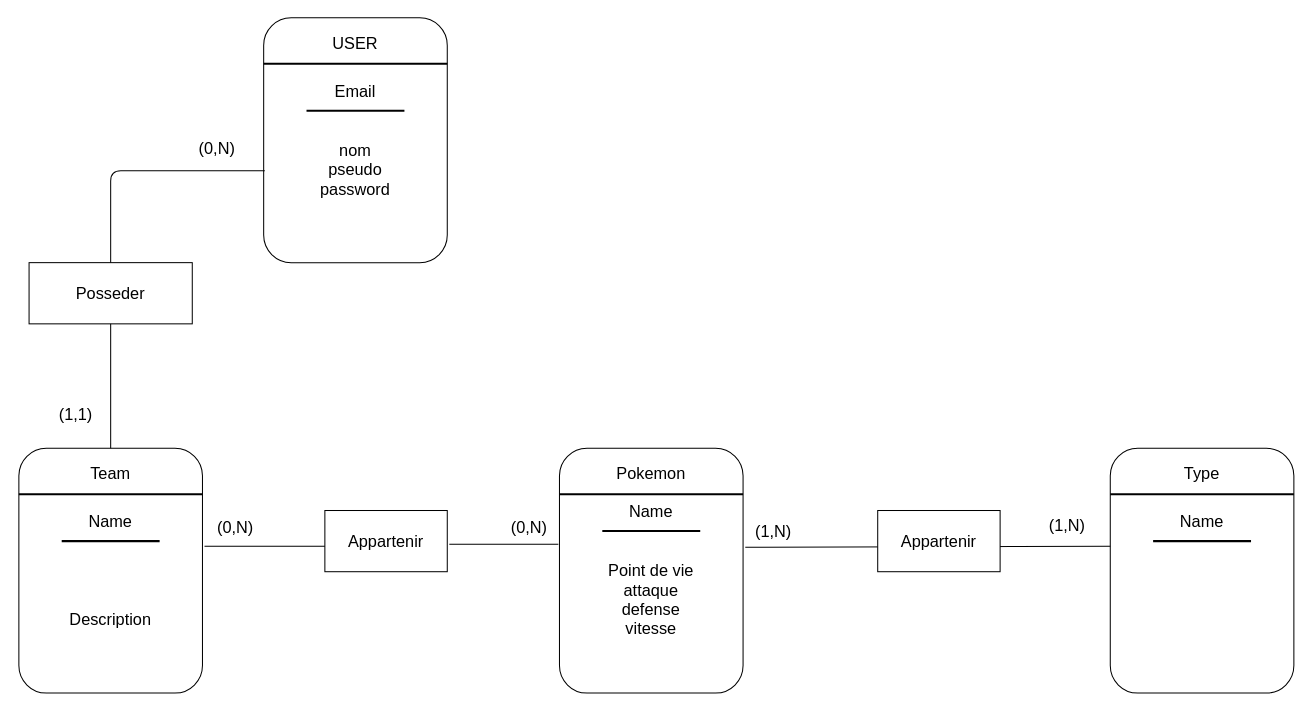
Earlier version of the draw.io diagram api/data/mcd.drawio (Francois-Oliger/TeamForge-API). Source tidied: cells renumbered, new cells numbered last; positions are measured from the earlier drawing's top-left corner, leaving out a move shared by most shapes. Both pictures are drawn from the tidied source at 102%, with x=0, y=0 at pixel (18, 17).
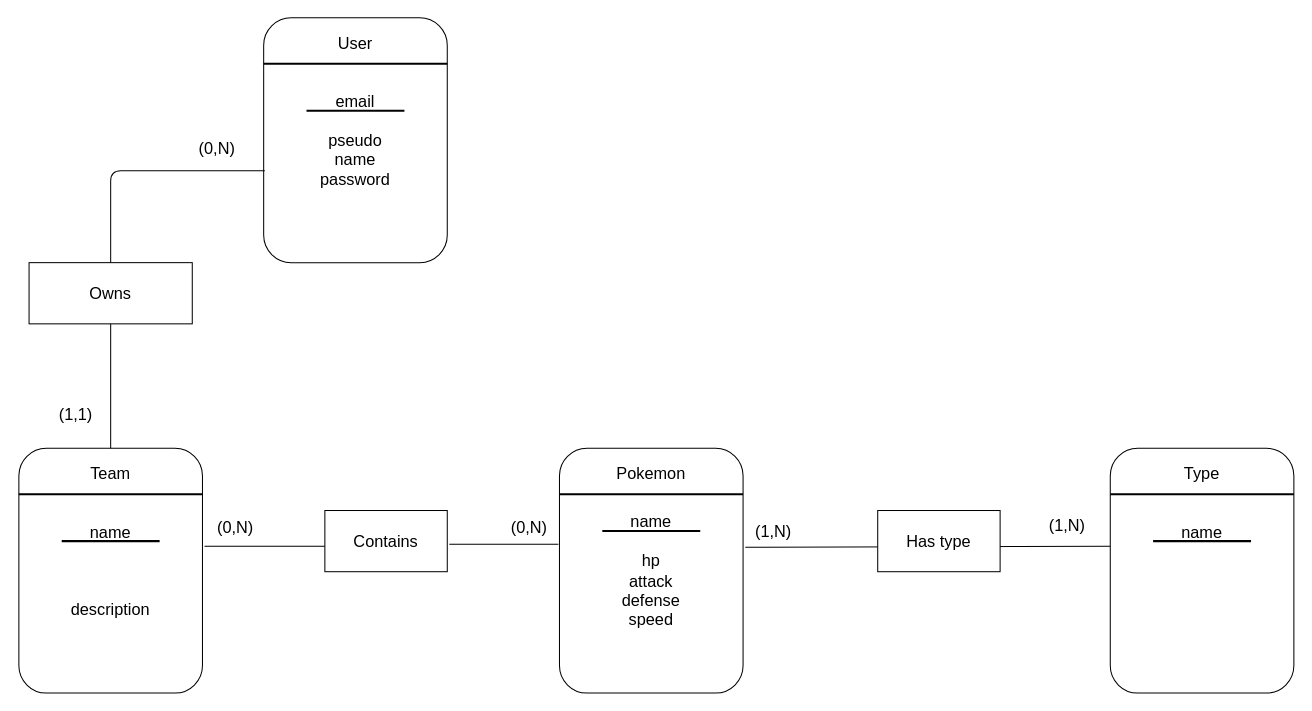
After the change.

What changed in the source:
```diff
@@
-    <mxCell id="2" value="Email&lt;br&gt;&lt;br&gt;&lt;br&gt;nom&lt;br&gt;pseudo&lt;br&gt;password" style="rounded=1;whiteSpace=wrap;html=1;fontSize=16;" parent="1" vertex="1">
+    <mxCell id="2" value="email&lt;br&gt;&lt;br&gt;&lt;div&gt;pseudo&lt;/div&gt;&lt;div&gt;name&lt;/div&gt;&lt;div&gt;password&lt;/div&gt;" style="rounded=1;whiteSpace=wrap;html=1;fontSize=16;" parent="1" vertex="1">
       <mxGeometry x="240" width="180" height="240" as="geometry" />
     </mxCell>
-    <mxCell id="3" value="USER" style="text;html=1;align=center;verticalAlign=middle;whiteSpace=wrap;rounded=0;fontSize=16;" parent="1" vertex="1">
+    <mxCell id="3" value="User" style="text;html=1;align=center;verticalAlign=middle;whiteSpace=wrap;rounded=0;fontSize=16;" parent="1" vertex="1">
       <mxGeometry x="300" y="10" width="60" height="30" as="geometry" />
     </mxCell>
@@
-    <mxCell id="5" value="Name&lt;br&gt;&lt;br&gt;&lt;br&gt;&lt;br&gt;&lt;br&gt;Description" style="rounded=1;whiteSpace=wrap;html=1;fontSize=16;" parent="1" vertex="1">
+    <mxCell id="5" value="name&lt;div&gt;&lt;br&gt;&lt;/div&gt;&lt;div&gt;&lt;br&gt;&lt;/div&gt;&lt;div&gt;&lt;br&gt;&lt;/div&gt;&lt;div&gt;description&lt;/div&gt;" style="rounded=1;whiteSpace=wrap;html=1;fontSize=16;" parent="1" vertex="1">
       <mxGeometry y="422" width="180" height="240" as="geometry" />
     </mxCell>
@@
-    <mxCell id="8" value="Name&lt;br&gt;&lt;br&gt;&lt;br&gt;Point de vie&lt;div&gt;attaque&lt;/div&gt;&lt;div&gt;defense&lt;/div&gt;&lt;div&gt;vitesse&lt;/div&gt;" style="rounded=1;whiteSpace=wrap;html=1;fontSize=16;" parent="1" vertex="1">
+    <mxCell id="8" value="name&lt;div&gt;&lt;font color=&quot;#000000&quot;&gt;&lt;br&gt;&lt;/font&gt;&lt;div&gt;hp&lt;/div&gt;&lt;div&gt;attack&lt;/div&gt;&lt;div&gt;defense&lt;/div&gt;&lt;div&gt;speed&lt;/div&gt;&lt;/div&gt;" style="rounded=1;whiteSpace=wrap;html=1;fontSize=16;" parent="1" vertex="1">
       <mxGeometry x="530" y="422" width="180" height="240" as="geometry" />
     </mxCell>
@@
-    <mxCell id="11" value="Name&lt;div&gt;&lt;br&gt;&lt;/div&gt;&lt;div&gt;&lt;br&gt;&lt;br&gt;&lt;br&gt;&lt;br&gt;&lt;/div&gt;" style="rounded=1;whiteSpace=wrap;html=1;fontSize=16;" parent="1" vertex="1">
+    <mxCell id="11" value="&lt;div&gt;name&lt;/div&gt;&lt;div&gt;&lt;br&gt;&lt;/div&gt;&lt;div&gt;&lt;br&gt;&lt;/div&gt;&lt;div&gt;&lt;br&gt;&lt;/div&gt;&lt;div&gt;&lt;br&gt;&lt;/div&gt;" style="rounded=1;whiteSpace=wrap;html=1;fontSize=16;" parent="1" vertex="1">
       <mxGeometry x="1070" y="422" width="180" height="240" as="geometry" />
     </mxCell>
@@
-    <mxCell id="15" value="Posseder" style="rounded=0;whiteSpace=wrap;html=1;fontSize=16;" parent="1" vertex="1">
+    <mxCell id="15" value="Owns" style="rounded=0;whiteSpace=wrap;html=1;fontSize=16;" parent="1" vertex="1">
       <mxGeometry x="10" y="240" width="160" height="60" as="geometry" />
     </mxCell>
@@
-    <mxCell id="22" value="Appartenir" style="rounded=0;whiteSpace=wrap;html=1;fontSize=16;" parent="1" vertex="1">
+    <mxCell id="22" value="Contains" style="rounded=0;whiteSpace=wrap;html=1;fontSize=16;" parent="1" vertex="1">
       <mxGeometry x="300" y="483" width="120" height="60" as="geometry" />
     </mxCell>
@@
-    <mxCell id="24" value="Appartenir" style="rounded=0;whiteSpace=wrap;html=1;fontSize=16;" parent="1" vertex="1">
+    <mxCell id="24" value="Has type" style="rounded=0;whiteSpace=wrap;html=1;fontSize=16;" parent="1" vertex="1">
       <mxGeometry x="842" y="483" width="120" height="60" as="geometry" />
     </mxCell>
```
